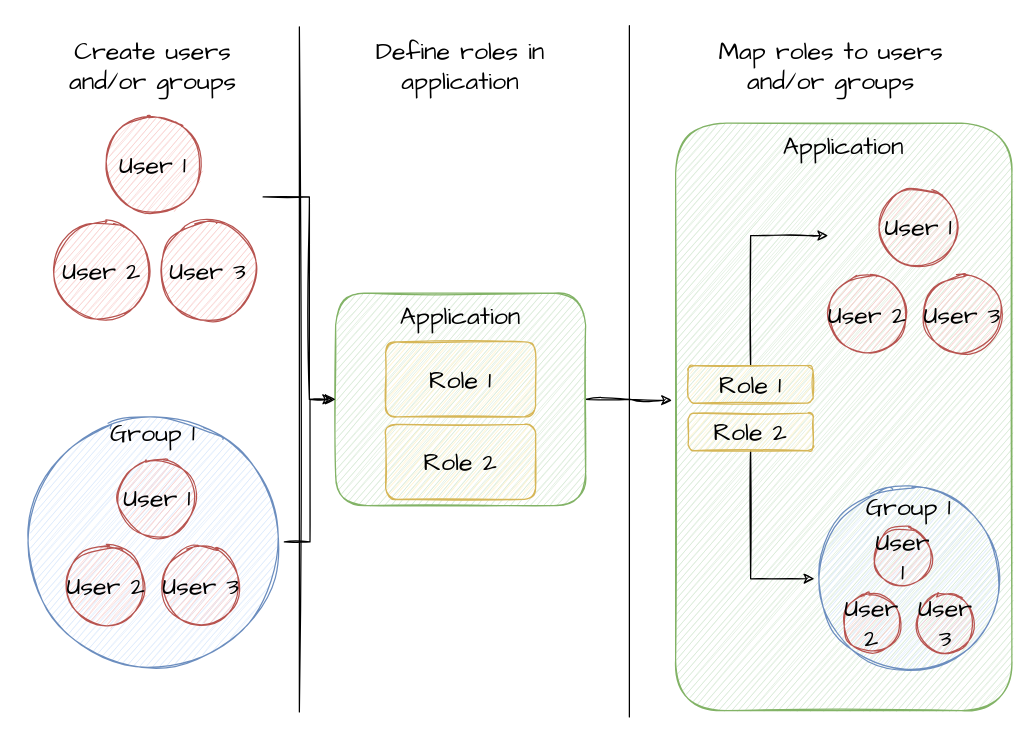
Earlier version of the draw.io diagram img/source/img48.drawio (dariodenardi/Sistemi-Distribuiti-M). Source tidied: cells renumbered, new cells numbered last; positions are measured from the earlier drawing's top-left corner, leaving out a move shared by most shapes. Both pictures are drawn from the tidied source at 125%, with x=0, y=0 at pixel (21, 25).
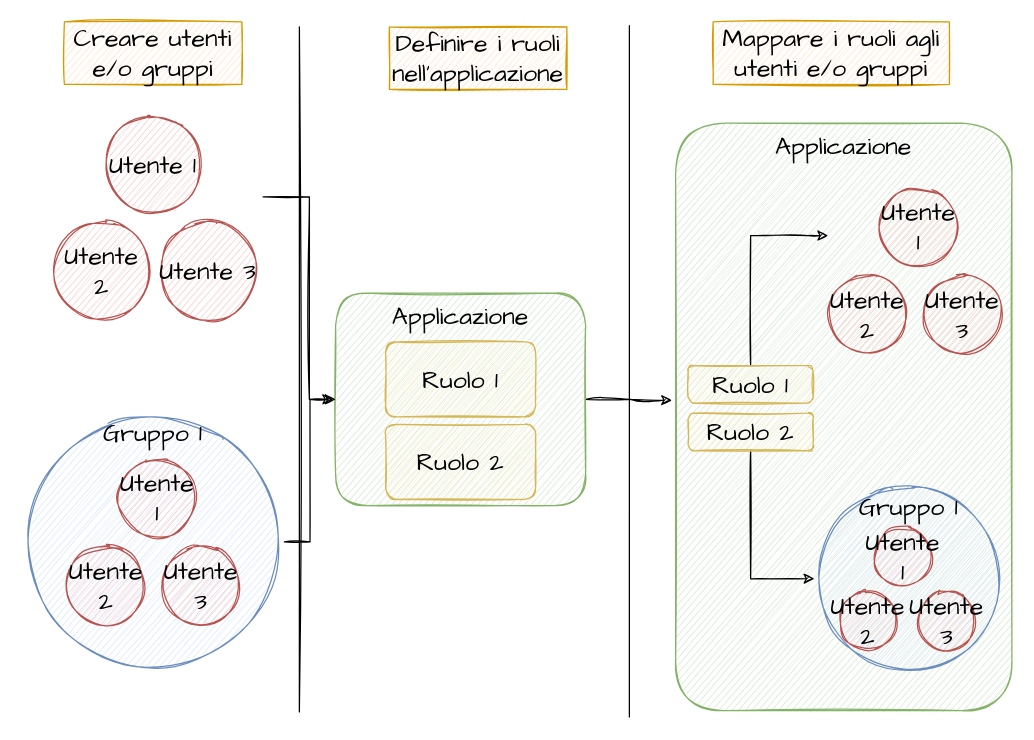
Above is the later version.

Diff of the diagram source:
```diff
@@
-    <mxCell id="3" value="Application" style="rounded=1;whiteSpace=wrap;html=1;sketch=1;hachureGap=4;fontFamily=Architects Daughter;fontSize=20;verticalAlign=top;fillColor=#d5e8d4;strokeColor=#82b366;" parent="1" vertex="1">
+    <mxCell id="3" value="Applicazione" style="rounded=1;whiteSpace=wrap;html=1;sketch=1;hachureGap=4;fontFamily=Architects Daughter;fontSize=20;verticalAlign=top;fillColor=#d5e8d4;strokeColor=#82b366;" parent="1" vertex="1">
       <mxGeometry x="251" y="214" width="200" height="170" as="geometry" />
     </mxCell>
@@
-    <mxCell id="6" value="User 1" style="ellipse;whiteSpace=wrap;html=1;sketch=1;fontSize=20;fontFamily=Architects Daughter;fillColor=#f8cecc;strokeColor=#b85450;" parent="1" vertex="1">
+    <mxCell id="6" value="Utente 1" style="ellipse;whiteSpace=wrap;html=1;sketch=1;fontSize=20;fontFamily=Architects Daughter;fillColor=#f8cecc;strokeColor=#b85450;" parent="1" vertex="1">
       <mxGeometry x="65" y="71" width="80" height="80" as="geometry" />
     </mxCell>
-    <mxCell id="7" value="User 2" style="ellipse;whiteSpace=wrap;html=1;sketch=1;fontSize=20;fontFamily=Architects Daughter;fillColor=#f8cecc;strokeColor=#b85450;" parent="1" vertex="1">
+    <mxCell id="7" value="Utente 2" style="ellipse;whiteSpace=wrap;html=1;sketch=1;fontSize=20;fontFamily=Architects Daughter;fillColor=#f8cecc;strokeColor=#b85450;" parent="1" vertex="1">
       <mxGeometry x="24" y="156" width="80" height="80" as="geometry" />
     </mxCell>
@@
-    <mxCell id="9" value="User 3" style="ellipse;whiteSpace=wrap;html=1;sketch=1;fontSize=20;fontFamily=Architects Daughter;fillColor=#f8cecc;strokeColor=#b85450;" parent="1" vertex="1">
+    <mxCell id="9" value="Utente 3" style="ellipse;whiteSpace=wrap;html=1;sketch=1;fontSize=20;fontFamily=Architects Daughter;fillColor=#f8cecc;strokeColor=#b85450;" parent="1" vertex="1">
       <mxGeometry x="109" y="156" width="80" height="80" as="geometry" />
     </mxCell>
@@
-    <mxCell id="11" value="Group 1" style="ellipse;whiteSpace=wrap;html=1;sketch=1;fontFamily=Architects Daughter;fontSize=20;verticalAlign=top;fillColor=#dae8fc;strokeColor=#6c8ebf;" parent="1" vertex="1">
+    <mxCell id="11" value="Gruppo 1" style="ellipse;whiteSpace=wrap;html=1;sketch=1;fontFamily=Architects Daughter;fontSize=20;verticalAlign=top;fillColor=#dae8fc;strokeColor=#6c8ebf;" parent="1" vertex="1">
       <mxGeometry y="308" width="210" height="210" as="geometry" />
     </mxCell>
-    <mxCell id="12" value="User 1" style="ellipse;whiteSpace=wrap;html=1;sketch=1;fontSize=20;fontFamily=Architects Daughter;fillColor=#f8cecc;strokeColor=#b85450;" parent="1" vertex="1">
+    <mxCell id="12" value="Utente 1" style="ellipse;whiteSpace=wrap;html=1;sketch=1;fontSize=20;fontFamily=Architects Daughter;fillColor=#f8cecc;strokeColor=#b85450;" parent="1" vertex="1">
       <mxGeometry x="75.5" y="345.5" width="65" height="65" as="geometry" />
     </mxCell>
-    <mxCell id="13" value="User 2" style="ellipse;whiteSpace=wrap;html=1;sketch=1;fontSize=20;fontFamily=Architects Daughter;fillColor=#f8cecc;strokeColor=#b85450;" parent="1" vertex="1">
+    <mxCell id="13" value="Utente 2" style="ellipse;whiteSpace=wrap;html=1;sketch=1;fontSize=20;fontFamily=Architects Daughter;fillColor=#f8cecc;strokeColor=#b85450;" parent="1" vertex="1">
       <mxGeometry x="34.5" y="415.5" width="65" height="65" as="geometry" />
     </mxCell>
-    <mxCell id="14" value="User 3" style="ellipse;whiteSpace=wrap;html=1;sketch=1;fontSize=20;fontFamily=Architects Daughter;fillColor=#f8cecc;strokeColor=#b85450;" parent="1" vertex="1">
+    <mxCell id="14" value="Utente 3" style="ellipse;whiteSpace=wrap;html=1;sketch=1;fontSize=20;fontFamily=Architects Daughter;fillColor=#f8cecc;strokeColor=#b85450;" parent="1" vertex="1">
       <mxGeometry x="110.5" y="415.5" width="65" height="65" as="geometry" />
     </mxCell>
-    <mxCell id="15" value="Role 1" style="rounded=1;whiteSpace=wrap;html=1;sketch=1;fontFamily=Architects Daughter;fontSize=20;fillColor=#fff2cc;strokeColor=#d6b656;" parent="1" vertex="1">
+    <mxCell id="15" value="Ruolo 1" style="rounded=1;whiteSpace=wrap;html=1;sketch=1;fontFamily=Architects Daughter;fontSize=20;fillColor=#fff2cc;strokeColor=#d6b656;" parent="1" vertex="1">
       <mxGeometry x="291" y="253" width="120" height="60" as="geometry" />
     </mxCell>
-    <mxCell id="16" value="Role 2" style="rounded=1;whiteSpace=wrap;html=1;sketch=1;fontFamily=Architects Daughter;fontSize=20;fillColor=#fff2cc;strokeColor=#d6b656;" parent="1" vertex="1">
+    <mxCell id="16" value="Ruolo 2" style="rounded=1;whiteSpace=wrap;html=1;sketch=1;fontFamily=Architects Daughter;fontSize=20;fillColor=#fff2cc;strokeColor=#d6b656;" parent="1" vertex="1">
       <mxGeometry x="291" y="319" width="120" height="60" as="geometry" />
     </mxCell>
-    <mxCell id="17" value="Application" style="rounded=1;whiteSpace=wrap;html=1;sketch=1;hachureGap=4;fontFamily=Architects Daughter;fontSize=20;verticalAlign=top;fillColor=#d5e8d4;strokeColor=#82b366;" parent="1" vertex="1">
+    <mxCell id="17" value="Applicazione" style="rounded=1;whiteSpace=wrap;html=1;sketch=1;hachureGap=4;fontFamily=Architects Daughter;fontSize=20;verticalAlign=top;fillColor=#d5e8d4;strokeColor=#82b366;" parent="1" vertex="1">
       <mxGeometry x="523" y="78" width="269" height="470" as="geometry" />
     </mxCell>
-    <mxCell id="18" value="Create users and/or groups" style="text;html=1;strokeColor=none;fillColor=none;align=center;verticalAlign=middle;whiteSpace=wrap;rounded=0;sketch=1;fontFamily=Architects Daughter;fontSize=20;" parent="1" vertex="1">
-      <mxGeometry x="34" y="17" width="142" height="30" as="geometry" />
+    <mxCell id="18" value="Creare utenti e/o gruppi" style="text;html=1;strokeColor=#d79b00;fillColor=#ffe6cc;align=center;verticalAlign=middle;whiteSpace=wrap;rounded=0;sketch=1;fontFamily=Architects Daughter;fontSize=20;labelBackgroundColor=none;labelBorderColor=none;" parent="1" vertex="1">
+      <mxGeometry x="34" y="-3" width="142" height="50" as="geometry" />
     </mxCell>
-    <mxCell id="19" value="Define roles in application" style="text;html=1;strokeColor=none;fillColor=none;align=center;verticalAlign=middle;whiteSpace=wrap;rounded=0;sketch=1;fontFamily=Architects Daughter;fontSize=20;" parent="1" vertex="1">
-      <mxGeometry x="280" y="17" width="142" height="30" as="geometry" />
+    <mxCell id="19" value="Definire i ruoli nell'applicazione" style="text;html=1;strokeColor=#d79b00;fillColor=#ffe6cc;align=center;verticalAlign=middle;whiteSpace=wrap;rounded=0;sketch=1;fontFamily=Architects Daughter;fontSize=20;" parent="1" vertex="1">
+      <mxGeometry x="294" y="1" width="142" height="50" as="geometry" />
     </mxCell>
-    <mxCell id="20" value="Map roles to users and/or groups" style="text;html=1;strokeColor=none;fillColor=none;align=center;verticalAlign=middle;whiteSpace=wrap;rounded=0;sketch=1;fontFamily=Architects Daughter;fontSize=20;" parent="1" vertex="1">
-      <mxGeometry x="553" y="17" width="189" height="30" as="geometry" />
+    <mxCell id="20" value="Mappare i ruoli agli utenti e/o gruppi" style="text;html=1;strokeColor=#d79b00;fillColor=#ffe6cc;align=center;verticalAlign=middle;whiteSpace=wrap;rounded=0;sketch=1;fontFamily=Architects Daughter;fontSize=20;" parent="1" vertex="1">
+      <mxGeometry x="553" y="-3" width="189" height="50" as="geometry" />
     </mxCell>
@@
-    <mxCell id="22" value="Role 1" style="rounded=1;whiteSpace=wrap;html=1;sketch=1;fontFamily=Architects Daughter;fontSize=20;fillColor=#fff2cc;strokeColor=#d6b656;" parent="1" vertex="1">
+    <mxCell id="22" value="Ruolo 1" style="rounded=1;whiteSpace=wrap;html=1;sketch=1;fontFamily=Architects Daughter;fontSize=20;fillColor=#fff2cc;strokeColor=#d6b656;" parent="1" vertex="1">
       <mxGeometry x="533" y="272" width="100" height="30" as="geometry" />
     </mxCell>
@@
-    <mxCell id="24" value="Role 2" style="rounded=1;whiteSpace=wrap;html=1;sketch=1;fontFamily=Architects Daughter;fontSize=20;fillColor=#fff2cc;strokeColor=#d6b656;" parent="1" vertex="1">
+    <mxCell id="24" value="Ruolo 2" style="rounded=1;whiteSpace=wrap;html=1;sketch=1;fontFamily=Architects Daughter;fontSize=20;fillColor=#fff2cc;strokeColor=#d6b656;" parent="1" vertex="1">
       <mxGeometry x="533" y="310" width="100" height="30" as="geometry" />
     </mxCell>
-    <mxCell id="25" value="User 1" style="ellipse;whiteSpace=wrap;html=1;sketch=1;fontSize=20;fontFamily=Architects Daughter;fillColor=#f8cecc;strokeColor=#b85450;" parent="1" vertex="1">
+    <mxCell id="25" value="Utente 1" style="ellipse;whiteSpace=wrap;html=1;sketch=1;fontSize=20;fontFamily=Architects Daughter;fillColor=#f8cecc;strokeColor=#b85450;" parent="1" vertex="1">
       <mxGeometry x="685" y="128.5" width="65" height="65" as="geometry" />
     </mxCell>
-    <mxCell id="26" value="User 2" style="ellipse;whiteSpace=wrap;html=1;sketch=1;fontSize=20;fontFamily=Architects Daughter;fillColor=#f8cecc;strokeColor=#b85450;" parent="1" vertex="1">
+    <mxCell id="26" value="Utente 2" style="ellipse;whiteSpace=wrap;html=1;sketch=1;fontSize=20;fontFamily=Architects Daughter;fillColor=#f8cecc;strokeColor=#b85450;" parent="1" vertex="1">
       <mxGeometry x="644" y="198.5" width="65" height="65" as="geometry" />
     </mxCell>
-    <mxCell id="27" value="User 3" style="ellipse;whiteSpace=wrap;html=1;sketch=1;fontSize=20;fontFamily=Architects Daughter;fillColor=#f8cecc;strokeColor=#b85450;" parent="1" vertex="1">
+    <mxCell id="27" value="Utente 3" style="ellipse;whiteSpace=wrap;html=1;sketch=1;fontSize=20;fontFamily=Architects Daughter;fillColor=#f8cecc;strokeColor=#b85450;" parent="1" vertex="1">
       <mxGeometry x="720" y="198.5" width="65" height="65" as="geometry" />
     </mxCell>
-    <mxCell id="28" value="Group 1" style="ellipse;whiteSpace=wrap;html=1;sketch=1;fontFamily=Architects Daughter;fontSize=20;verticalAlign=top;fillColor=#dae8fc;strokeColor=#6c8ebf;" parent="1" vertex="1">
+    <mxCell id="28" value="Gruppo 1" style="ellipse;whiteSpace=wrap;html=1;sketch=1;fontFamily=Architects Daughter;fontSize=20;verticalAlign=top;fillColor=#dae8fc;strokeColor=#6c8ebf;" parent="1" vertex="1">
       <mxGeometry x="634" y="367" width="151" height="151" as="geometry" />
     </mxCell>
-    <mxCell id="29" value="User 1" style="ellipse;whiteSpace=wrap;html=1;sketch=1;fontSize=20;fontFamily=Architects Daughter;fillColor=#f8cecc;strokeColor=#b85450;" parent="1" vertex="1">
+    <mxCell id="29" value="Utente 1" style="ellipse;whiteSpace=wrap;html=1;sketch=1;fontSize=20;fontFamily=Architects Daughter;fillColor=#f8cecc;strokeColor=#b85450;" parent="1" vertex="1">
       <mxGeometry x="681" y="401" width="48" height="48" as="geometry" />
     </mxCell>
-    <mxCell id="30" value="User 2" style="ellipse;whiteSpace=wrap;html=1;sketch=1;fontSize=20;fontFamily=Architects Daughter;fillColor=#f8cecc;strokeColor=#b85450;" parent="1" vertex="1">
-      <mxGeometry x="656" y="454" width="48" height="48" as="geometry" />
+    <mxCell id="30" value="Utente 2" style="ellipse;whiteSpace=wrap;html=1;sketch=1;fontSize=20;fontFamily=Architects Daughter;fillColor=#f8cecc;strokeColor=#b85450;" parent="1" vertex="1">
+      <mxGeometry x="653" y="452" width="48" height="48" as="geometry" />
     </mxCell>
-    <mxCell id="31" value="User 3" style="ellipse;whiteSpace=wrap;html=1;sketch=1;fontSize=20;fontFamily=Architects Daughter;fillColor=#f8cecc;strokeColor=#b85450;" parent="1" vertex="1">
-      <mxGeometry x="715" y="454" width="48" height="48" as="geometry" />
+    <mxCell id="31" value="Utente 3" style="ellipse;whiteSpace=wrap;html=1;sketch=1;fontSize=20;fontFamily=Architects Daughter;fillColor=#f8cecc;strokeColor=#b85450;" parent="1" vertex="1">
+      <mxGeometry x="716" y="452" width="48" height="48" as="geometry" />
     </mxCell>
```
